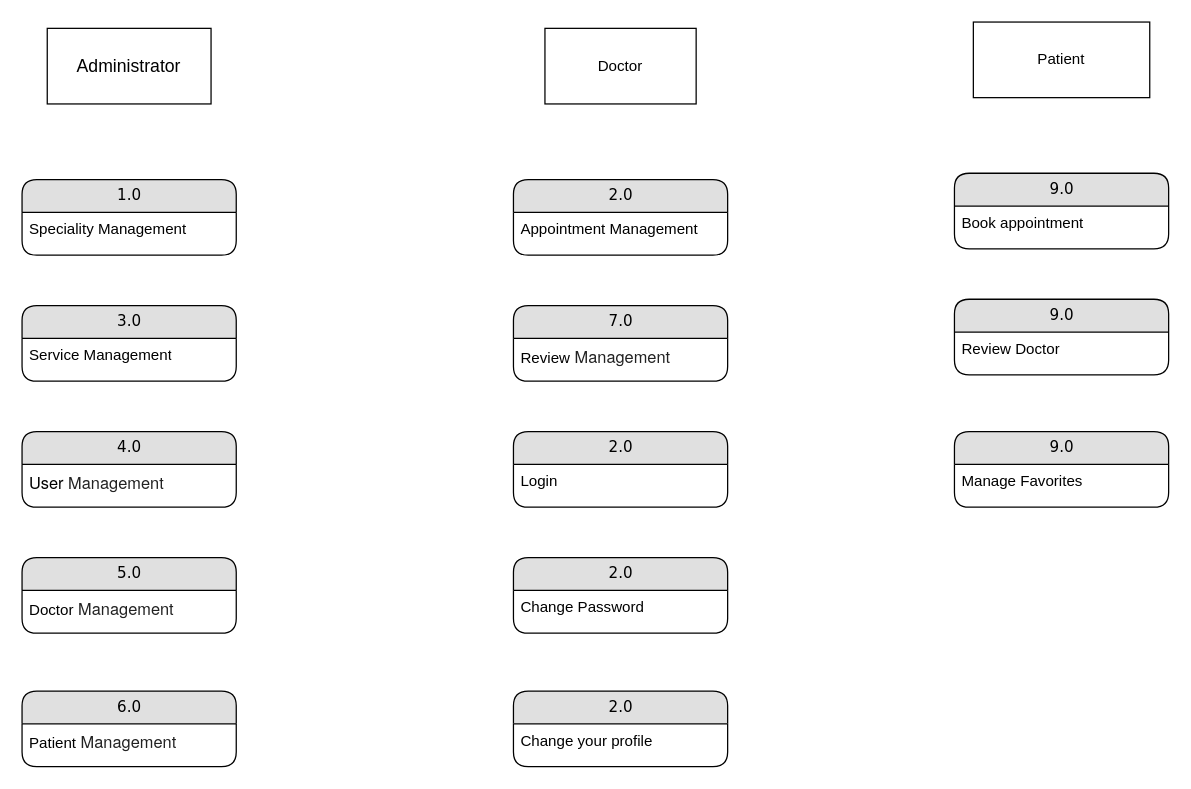
Earlier version of the draw.io diagram resources/dfd/Level-1.drawio (vanluong94/aptech-doccure). Source tidied: cells renumbered, new cells numbered last; positions are measured from the earlier drawing's top-left corner, leaving out a move shared by most shapes. Both pictures are drawn from the tidied source at 126%, with x=0, y=0 at pixel (21, 21).
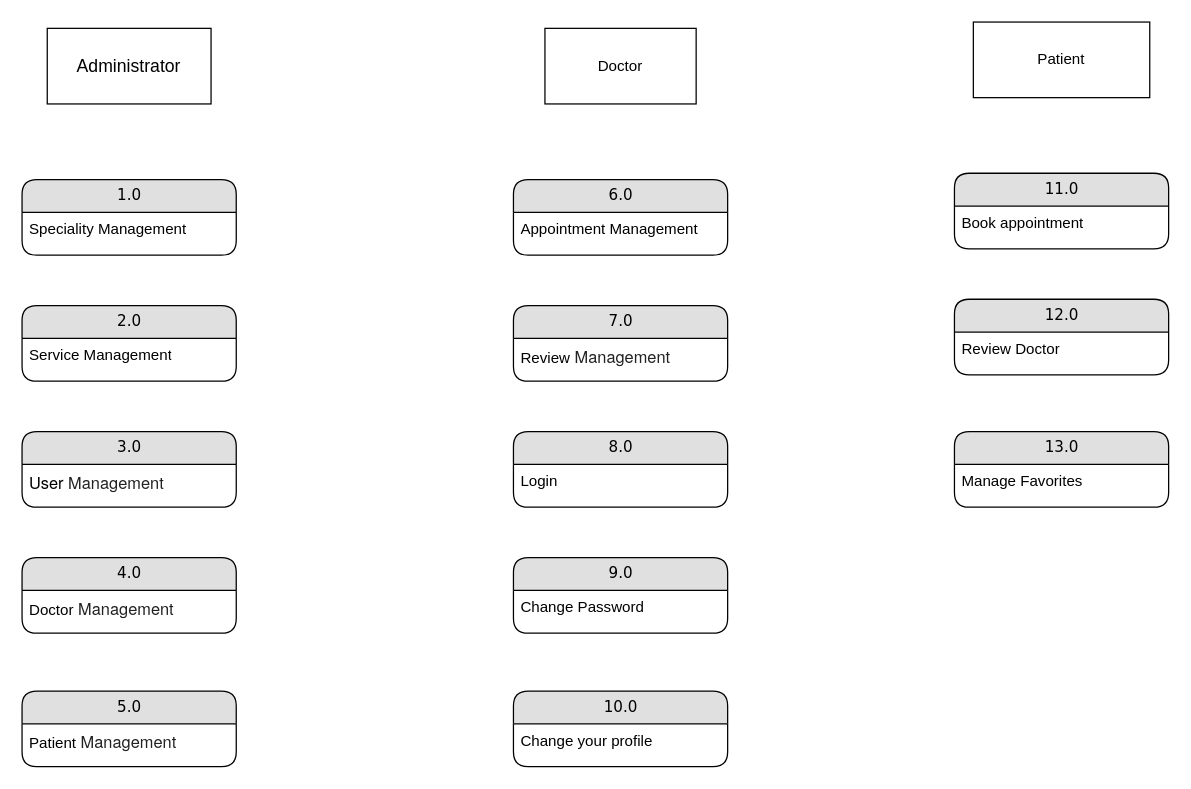
The same diagram, later.

The edit, as a diff of the source:
```diff
@@
-    <mxCell id="5" value="2.0" style="swimlane;html=1;fontStyle=0;horizontal=1;startSize=26;fillColor=#e0e0e0;swimlaneFillColor=#ffffff;align=center;rounded=1;shadow=0;comic=0;labelBackgroundColor=none;strokeWidth=1;fontFamily=Verdana;fontSize=12;" parent="1" vertex="1">
+    <mxCell id="5" value="6.0" style="swimlane;html=1;fontStyle=0;horizontal=1;startSize=26;fillColor=#e0e0e0;swimlaneFillColor=#ffffff;align=center;rounded=1;shadow=0;comic=0;labelBackgroundColor=none;strokeWidth=1;fontFamily=Verdana;fontSize=12;" parent="1" vertex="1">
       <mxGeometry x="390" y="125" width="170" height="60" as="geometry" />
     </mxCell>
@@
-    <mxCell id="7" value="3.0" style="swimlane;html=1;fontStyle=0;horizontal=1;startSize=26;fillColor=#e0e0e0;swimlaneFillColor=#ffffff;align=center;rounded=1;shadow=0;comic=0;labelBackgroundColor=none;strokeWidth=1;fontFamily=Verdana;fontSize=12;" parent="1" vertex="1">
+    <mxCell id="7" value="2.0" style="swimlane;html=1;fontStyle=0;horizontal=1;startSize=26;fillColor=#e0e0e0;swimlaneFillColor=#ffffff;align=center;rounded=1;shadow=0;comic=0;labelBackgroundColor=none;strokeWidth=1;fontFamily=Verdana;fontSize=12;" parent="1" vertex="1">
       <mxGeometry y="225" width="170" height="60" as="geometry" />
     </mxCell>
@@
-    <mxCell id="9" value="4.0" style="swimlane;html=1;fontStyle=0;horizontal=1;startSize=26;fillColor=#e0e0e0;swimlaneFillColor=#ffffff;align=center;rounded=1;shadow=0;comic=0;labelBackgroundColor=none;strokeWidth=1;fontFamily=Verdana;fontSize=12;" parent="1" vertex="1">
+    <mxCell id="9" value="3.0" style="swimlane;html=1;fontStyle=0;horizontal=1;startSize=26;fillColor=#e0e0e0;swimlaneFillColor=#ffffff;align=center;rounded=1;shadow=0;comic=0;labelBackgroundColor=none;strokeWidth=1;fontFamily=Verdana;fontSize=12;" parent="1" vertex="1">
       <mxGeometry y="325" width="170" height="60" as="geometry" />
     </mxCell>
@@
-    <mxCell id="11" value="5.0" style="swimlane;html=1;fontStyle=0;horizontal=1;startSize=26;fillColor=#e0e0e0;swimlaneFillColor=#ffffff;align=center;rounded=1;shadow=0;comic=0;labelBackgroundColor=none;strokeWidth=1;fontFamily=Verdana;fontSize=12;" parent="1" vertex="1">
+    <mxCell id="11" value="4.0" style="swimlane;html=1;fontStyle=0;horizontal=1;startSize=26;fillColor=#e0e0e0;swimlaneFillColor=#ffffff;align=center;rounded=1;shadow=0;comic=0;labelBackgroundColor=none;strokeWidth=1;fontFamily=Verdana;fontSize=12;" parent="1" vertex="1">
       <mxGeometry y="425" width="170" height="60" as="geometry" />
     </mxCell>
@@
-    <mxCell id="13" value="6.0" style="swimlane;html=1;fontStyle=0;horizontal=1;startSize=26;fillColor=#e0e0e0;swimlaneFillColor=#ffffff;align=center;rounded=1;shadow=0;comic=0;labelBackgroundColor=none;strokeWidth=1;fontFamily=Verdana;fontSize=12;" parent="1" vertex="1">
+    <mxCell id="13" value="5.0" style="swimlane;html=1;fontStyle=0;horizontal=1;startSize=26;fillColor=#e0e0e0;swimlaneFillColor=#ffffff;align=center;rounded=1;shadow=0;comic=0;labelBackgroundColor=none;strokeWidth=1;fontFamily=Verdana;fontSize=12;" parent="1" vertex="1">
       <mxGeometry y="531" width="170" height="60" as="geometry" />
     </mxCell>
@@
-    <mxCell id="19" value="9.0" style="swimlane;html=1;fontStyle=0;horizontal=1;startSize=26;fillColor=#e0e0e0;swimlaneFillColor=#ffffff;align=center;rounded=1;shadow=0;comic=0;labelBackgroundColor=none;strokeWidth=1;fontFamily=Verdana;fontSize=12;" parent="1" vertex="1">
+    <mxCell id="19" value="11.0" style="swimlane;html=1;fontStyle=0;horizontal=1;startSize=26;fillColor=#e0e0e0;swimlaneFillColor=#ffffff;align=center;rounded=1;shadow=0;comic=0;labelBackgroundColor=none;strokeWidth=1;fontFamily=Verdana;fontSize=12;" parent="1" vertex="1">
       <mxGeometry x="740" y="120" width="170" height="60" as="geometry" />
     </mxCell>
@@
-    <mxCell id="21" value="2.0" style="swimlane;html=1;fontStyle=0;horizontal=1;startSize=26;fillColor=#e0e0e0;swimlaneFillColor=#ffffff;align=center;rounded=1;shadow=0;comic=0;labelBackgroundColor=none;strokeWidth=1;fontFamily=Verdana;fontSize=12;" parent="1" vertex="1">
+    <mxCell id="21" value="8.0" style="swimlane;html=1;fontStyle=0;horizontal=1;startSize=26;fillColor=#e0e0e0;swimlaneFillColor=#ffffff;align=center;rounded=1;shadow=0;comic=0;labelBackgroundColor=none;strokeWidth=1;fontFamily=Verdana;fontSize=12;" parent="1" vertex="1">
       <mxGeometry x="390" y="325" width="170" height="60" as="geometry" />
     </mxCell>
@@
-    <mxCell id="23" value="2.0" style="swimlane;html=1;fontStyle=0;horizontal=1;startSize=26;fillColor=#e0e0e0;swimlaneFillColor=#ffffff;align=center;rounded=1;shadow=0;comic=0;labelBackgroundColor=none;strokeWidth=1;fontFamily=Verdana;fontSize=12;" parent="1" vertex="1">
+    <mxCell id="23" value="9.0" style="swimlane;html=1;fontStyle=0;horizontal=1;startSize=26;fillColor=#e0e0e0;swimlaneFillColor=#ffffff;align=center;rounded=1;shadow=0;comic=0;labelBackgroundColor=none;strokeWidth=1;fontFamily=Verdana;fontSize=12;" parent="1" vertex="1">
       <mxGeometry x="390" y="425" width="170" height="60" as="geometry" />
     </mxCell>
@@
-    <mxCell id="25" value="2.0" style="swimlane;html=1;fontStyle=0;horizontal=1;startSize=26;fillColor=#e0e0e0;swimlaneFillColor=#ffffff;align=center;rounded=1;shadow=0;comic=0;labelBackgroundColor=none;strokeWidth=1;fontFamily=Verdana;fontSize=12;" parent="1" vertex="1">
+    <mxCell id="25" value="10.0" style="swimlane;html=1;fontStyle=0;horizontal=1;startSize=26;fillColor=#e0e0e0;swimlaneFillColor=#ffffff;align=center;rounded=1;shadow=0;comic=0;labelBackgroundColor=none;strokeWidth=1;fontFamily=Verdana;fontSize=12;" parent="1" vertex="1">
       <mxGeometry x="390" y="531" width="170" height="60" as="geometry" />
     </mxCell>
@@
-    <mxCell id="27" value="9.0" style="swimlane;html=1;fontStyle=0;horizontal=1;startSize=26;fillColor=#e0e0e0;swimlaneFillColor=#ffffff;align=center;rounded=1;shadow=0;comic=0;labelBackgroundColor=none;strokeWidth=1;fontFamily=Verdana;fontSize=12;" parent="1" vertex="1">
+    <mxCell id="27" value="12.0" style="swimlane;html=1;fontStyle=0;horizontal=1;startSize=26;fillColor=#e0e0e0;swimlaneFillColor=#ffffff;align=center;rounded=1;shadow=0;comic=0;labelBackgroundColor=none;strokeWidth=1;fontFamily=Verdana;fontSize=12;" parent="1" vertex="1">
       <mxGeometry x="740" y="220" width="170" height="60" as="geometry" />
     </mxCell>
@@
-    <mxCell id="29" value="9.0" style="swimlane;html=1;fontStyle=0;horizontal=1;startSize=26;fillColor=#e0e0e0;swimlaneFillColor=#ffffff;align=center;rounded=1;shadow=0;comic=0;labelBackgroundColor=none;strokeWidth=1;fontFamily=Verdana;fontSize=12;" parent="1" vertex="1">
+    <mxCell id="29" value="13.0" style="swimlane;html=1;fontStyle=0;horizontal=1;startSize=26;fillColor=#e0e0e0;swimlaneFillColor=#ffffff;align=center;rounded=1;shadow=0;comic=0;labelBackgroundColor=none;strokeWidth=1;fontFamily=Verdana;fontSize=12;" parent="1" vertex="1">
       <mxGeometry x="740" y="325" width="170" height="60" as="geometry" />
     </mxCell>
```
